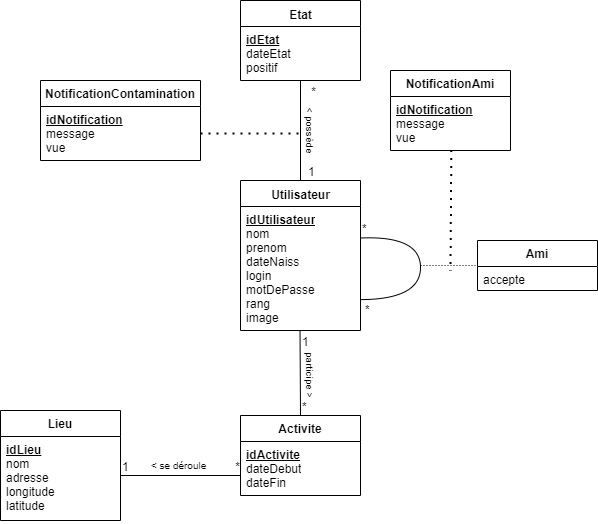
The draw.io diagram design/uml/bdd.png in Zemasterkrom/JEE_2020_2021_KR, before a commit. Source tidied: cells renumbered, new cells last; positions are measured from the earlier drawing's top-left corner, leaving out a move shared by most shapes. The source it was exported from:
```xml
<mxGraphModel>
  <root>
    <mxCell id="0" />
    <mxCell id="1" parent="0" />
    <mxCell id="2" value="Activite" style="swimlane;fontStyle=1;align=center;verticalAlign=top;horizontal=1;startSize=26;" parent="1" vertex="1">
      <mxGeometry x="240" y="415" width="120" height="80" as="geometry" />
    </mxCell>
    <mxCell id="3" value="&lt;b&gt;&lt;u&gt;idActivite&lt;/u&gt;&lt;/b&gt;&lt;br&gt;dateDebut&lt;br&gt;dateFin" style="text;strokeColor=none;fillColor=none;align=left;verticalAlign=top;spacingLeft=4;spacingRight=4;overflow=hidden;html=1;" parent="2" vertex="1">
      <mxGeometry y="26" width="120" height="54" as="geometry" />
    </mxCell>
    <mxCell id="4" value="Lieu" style="swimlane;fontStyle=1;align=center;verticalAlign=top;horizontal=1;startSize=26;" parent="1" vertex="1">
      <mxGeometry y="410" width="120" height="110" as="geometry" />
    </mxCell>
    <mxCell id="5" value="&lt;b&gt;&lt;u&gt;idLieu&lt;/u&gt;&lt;/b&gt;&lt;br&gt;nom&lt;br&gt;adresse&lt;br&gt;longitude&lt;br&gt;latitude&amp;nbsp;" style="text;strokeColor=none;fillColor=none;align=left;verticalAlign=top;spacingLeft=4;spacingRight=4;overflow=hidden;html=1;" parent="4" vertex="1">
      <mxGeometry y="26" width="120" height="84" as="geometry" />
    </mxCell>
    <mxCell id="6" value="&lt;span style=&quot;font-size: 12px ; font-weight: 700&quot;&gt;Utilisateur&lt;/span&gt;" style="swimlane;fontStyle=0;horizontal=1;startSize=26;align=center;fontSize=14;html=1;" parent="1" vertex="1">
      <mxGeometry x="240" y="180" width="120" height="150" as="geometry" />
    </mxCell>
    <mxCell id="7" value="&lt;b&gt;&lt;u&gt;idUtilisateur&lt;/u&gt;&lt;/b&gt;&lt;br&gt;nom&lt;br&gt;prenom&lt;br&gt;dateNaiss&lt;br&gt;login&lt;br&gt;motDePasse&lt;br&gt;rang&lt;br&gt;image" style="text;strokeColor=none;fillColor=none;spacingLeft=4;spacingRight=4;overflow=hidden;points=[[0,0.5],[1,0.5]];portConstraint=eastwest;fontSize=12;html=1;" parent="6" vertex="1">
      <mxGeometry y="26" width="120" height="124" as="geometry" />
    </mxCell>
    <mxCell id="8" style="endArrow=none;html=1;exitX=1.001;exitY=0.254;exitDx=0;exitDy=0;entryX=0.996;entryY=0.751;entryDx=0;entryDy=0;entryPerimeter=0;exitPerimeter=0;curved=1;" parent="6" edge="1" source="7" target="7">
      <mxGeometry relative="1" as="geometry">
        <Array as="points">
          <mxPoint x="180" y="55" />
          <mxPoint x="180" y="119" />
        </Array>
      </mxGeometry>
    </mxCell>
    <mxCell id="9" value="*" style="html=1;align=left;verticalAlign=bottom;" parent="8" vertex="1">
      <mxGeometry x="-1" relative="1" as="geometry" />
    </mxCell>
    <mxCell id="10" value="Ami" style="swimlane;fontStyle=1;align=center;verticalAlign=top;horizontal=1;startSize=26;" parent="1" vertex="1">
      <mxGeometry x="477" y="240" width="120" height="50" as="geometry" />
    </mxCell>
    <mxCell id="11" value="accepte" style="text;strokeColor=none;fillColor=none;align=left;verticalAlign=top;spacingLeft=4;spacingRight=4;overflow=hidden;html=1;" parent="10" vertex="1">
      <mxGeometry y="26" width="120" height="24" as="geometry" />
    </mxCell>
    <mxCell id="12" style="endArrow=none;html=1;rounded=0;exitX=0.5;exitY=0;exitDx=0;exitDy=0;entryX=0.496;entryY=0.996;entryDx=0;entryDy=0;entryPerimeter=0;" parent="1" edge="1" source="2" target="7">
      <mxGeometry relative="1" as="geometry" />
    </mxCell>
    <mxCell id="13" value="*" style="html=1;align=left;verticalAlign=bottom;" parent="12" vertex="1">
      <mxGeometry x="-1" relative="1" as="geometry" />
    </mxCell>
    <mxCell id="14" value="1" style="html=1;align=left;verticalAlign=bottom;" parent="1" vertex="1">
      <mxGeometry x="300" y="350" as="geometry" />
    </mxCell>
    <mxCell id="15" style="endArrow=none;html=1;rounded=0;exitX=1;exitY=0.5;exitDx=0;exitDy=0;entryX=0;entryY=0.5;entryDx=0;entryDy=0;" parent="1" edge="1">
      <mxGeometry relative="1" as="geometry">
        <mxPoint x="120" y="475" as="sourcePoint" />
        <mxPoint x="240" y="475" as="targetPoint" />
      </mxGeometry>
    </mxCell>
    <mxCell id="16" value="1" style="html=1;align=left;verticalAlign=bottom;" parent="15" vertex="1">
      <mxGeometry x="-1" relative="1" as="geometry" />
    </mxCell>
    <mxCell id="17" value="*" style="html=1;align=right;verticalAlign=bottom;" parent="15" vertex="1">
      <mxGeometry x="1" relative="1" as="geometry" />
    </mxCell>
    <mxCell id="18" value="*" style="html=1;align=left;verticalAlign=bottom;" parent="1" vertex="1">
      <mxGeometry x="360" y="310" as="geometry">
        <mxPoint x="3" y="8" as="offset" />
      </mxGeometry>
    </mxCell>
    <mxCell id="19" style="endArrow=none;html=1;rounded=0;dashed=1;dashPattern=1 2;entryX=0;entryY=0.5;entryDx=0;entryDy=0;" parent="1" edge="1" target="10">
      <mxGeometry relative="1" as="geometry">
        <mxPoint x="420" y="265" as="sourcePoint" />
      </mxGeometry>
    </mxCell>
    <mxCell id="20" value="participe &amp;gt;" style="text;html=1;strokeColor=none;fillColor=none;align=center;verticalAlign=middle;whiteSpace=wrap;rounded=0;fontSize=10;rotation=90;" parent="1" vertex="1">
      <mxGeometry x="285" y="365" width="50" height="20" as="geometry" />
    </mxCell>
    <mxCell id="21" value="&lt;font style=&quot;font-size: 10px&quot;&gt;&amp;lt; se déroule&amp;nbsp;&lt;/font&gt;" style="text;html=1;strokeColor=none;fillColor=none;align=center;verticalAlign=middle;whiteSpace=wrap;rounded=0;fontSize=6;rotation=0;" parent="1" vertex="1">
      <mxGeometry x="140" y="455" width="80" height="20" as="geometry" />
    </mxCell>
    <mxCell id="22" value="&lt;span style=&quot;font-size: 12px ; font-weight: 700&quot;&gt;Etat&lt;/span&gt;" style="swimlane;fontStyle=0;horizontal=1;startSize=26;align=center;fontSize=14;html=1;" parent="1" vertex="1">
      <mxGeometry x="240" width="120" height="80" as="geometry" />
    </mxCell>
    <mxCell id="23" value="&lt;b&gt;&lt;u&gt;idEtat&lt;/u&gt;&lt;/b&gt;&lt;br&gt;dateEtat&lt;br&gt;positif" style="text;strokeColor=none;fillColor=none;spacingLeft=4;spacingRight=4;overflow=hidden;points=[[0,0.5],[1,0.5]];portConstraint=eastwest;fontSize=12;html=1;" parent="22" vertex="1">
      <mxGeometry y="26" width="120" height="54" as="geometry" />
    </mxCell>
    <mxCell id="24" style="endArrow=none;html=1;rounded=0;exitX=0.5;exitY=0;exitDx=0;exitDy=0;entryX=0.5;entryY=0.998;entryDx=0;entryDy=0;entryPerimeter=0;" parent="1" edge="1" source="6" target="23">
      <mxGeometry relative="1" as="geometry" />
    </mxCell>
    <mxCell id="25" value="1" style="html=1;align=left;verticalAlign=bottom;" parent="24" vertex="1">
      <mxGeometry x="-1" relative="1" as="geometry">
        <mxPoint x="6" as="offset" />
      </mxGeometry>
    </mxCell>
    <mxCell id="26" value="*" style="html=1;align=right;verticalAlign=bottom;" parent="24" vertex="1">
      <mxGeometry x="1" relative="1" as="geometry">
        <mxPoint x="16" y="20" as="offset" />
      </mxGeometry>
    </mxCell>
    <mxCell id="27" value="NotificationContamination" style="swimlane;fontStyle=1;align=center;verticalAlign=top;horizontal=1;startSize=26;" parent="1" vertex="1">
      <mxGeometry x="40" y="80" width="160" height="80" as="geometry" />
    </mxCell>
    <mxCell id="28" value="&lt;b&gt;&lt;u&gt;idNotification&lt;br&gt;&lt;/u&gt;&lt;/b&gt;message&lt;br&gt;vue" style="text;strokeColor=none;fillColor=none;align=left;verticalAlign=top;spacingLeft=4;spacingRight=4;overflow=hidden;points=[[0,0.5],[1,0.5]];portConstraint=eastwest;html=1;" parent="27" vertex="1">
      <mxGeometry y="26" width="160" height="54" as="geometry" />
    </mxCell>
    <mxCell id="29" style="endArrow=none;dashed=1;html=1;dashPattern=1 3;strokeWidth=2;exitX=1;exitY=0.5;exitDx=0;exitDy=0;" parent="1" edge="1" source="28">
      <mxGeometry relative="1" as="geometry">
        <mxPoint x="300" y="133" as="targetPoint" />
      </mxGeometry>
    </mxCell>
    <mxCell id="30" value="NotificationAmi" style="swimlane;fontStyle=1;align=center;verticalAlign=top;horizontal=1;startSize=26;" parent="1" vertex="1">
      <mxGeometry x="390" y="70" width="120" height="80" as="geometry" />
    </mxCell>
    <mxCell id="31" value="&lt;b&gt;&lt;u&gt;idNotification&lt;br&gt;&lt;/u&gt;&lt;/b&gt;message&lt;br&gt;vue" style="text;strokeColor=none;fillColor=none;align=left;verticalAlign=top;spacingLeft=4;spacingRight=4;overflow=hidden;points=[[0,0.5],[1,0.5]];portConstraint=eastwest;html=1;" parent="30" vertex="1">
      <mxGeometry y="26" width="120" height="54" as="geometry" />
    </mxCell>
    <mxCell id="32" style="endArrow=none;dashed=1;html=1;dashPattern=1 3;strokeWidth=2;exitX=0.507;exitY=0.989;exitDx=0;exitDy=0;exitPerimeter=0;" parent="1" edge="1" source="31">
      <mxGeometry relative="1" as="geometry">
        <mxPoint x="450" y="270" as="targetPoint" />
      </mxGeometry>
    </mxCell>
    <mxCell id="33" value="&amp;lt; possède" style="text;html=1;strokeColor=none;fillColor=none;align=center;verticalAlign=middle;whiteSpace=wrap;rounded=0;fontSize=10;rotation=90;" parent="1" vertex="1">
      <mxGeometry x="280" y="120" width="60" height="20" as="geometry" />
    </mxCell>
  </root>
</mxGraphModel>
```
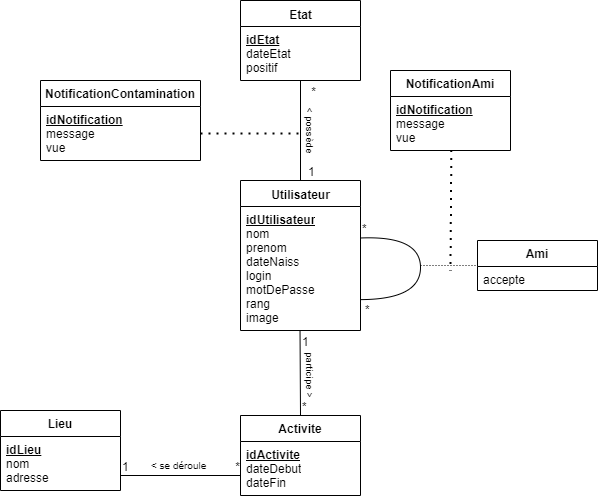
After the change.

Change to the diagram source:
```diff
@@ -9,10 +9,10 @@
       <mxGeometry y="26" width="120" height="54" as="geometry" />
     </mxCell>
     <mxCell id="4" value="Lieu" style="swimlane;fontStyle=1;align=center;verticalAlign=top;horizontal=1;startSize=26;" parent="1" vertex="1">
-      <mxGeometry y="410" width="120" height="110" as="geometry" />
+      <mxGeometry y="410" width="120" height="80" as="geometry" />
     </mxCell>
-    <mxCell id="5" value="&lt;b&gt;&lt;u&gt;idLieu&lt;/u&gt;&lt;/b&gt;&lt;br&gt;nom&lt;br&gt;adresse&lt;br&gt;longitude&lt;br&gt;latitude&amp;nbsp;" style="text;strokeColor=none;fillColor=none;align=left;verticalAlign=top;spacingLeft=4;spacingRight=4;overflow=hidden;html=1;" parent="4" vertex="1">
-      <mxGeometry y="26" width="120" height="84" as="geometry" />
+    <mxCell id="5" value="&lt;b&gt;&lt;u&gt;idLieu&lt;/u&gt;&lt;/b&gt;&lt;br&gt;nom&lt;br&gt;adresse&amp;nbsp;" style="text;strokeColor=none;fillColor=none;align=left;verticalAlign=top;spacingLeft=4;spacingRight=4;overflow=hidden;html=1;" parent="4" vertex="1">
+      <mxGeometry y="26" width="120" height="54" as="geometry" />
     </mxCell>
     <mxCell id="6" value="&lt;span style=&quot;font-size: 12px ; font-weight: 700&quot;&gt;Utilisateur&lt;/span&gt;" style="swimlane;fontStyle=0;horizontal=1;startSize=26;align=center;fontSize=14;html=1;" parent="1" vertex="1">
       <mxGeometry x="240" y="180" width="120" height="150" as="geometry" />
```
